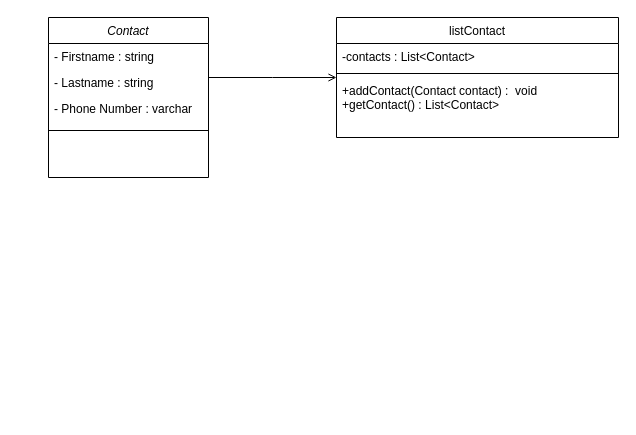
Earlier version of the draw.io diagram docs/diagrammeDeClasse.drawio (Jonathan-jony/On-la). Source tidied: cells renumbered, new cells numbered last; positions are measured from the earlier drawing's top-left corner, leaving out a move shared by most shapes. Both pictures are drawn from the tidied source at 100%, with x=0, y=0 at pixel (48, 17).
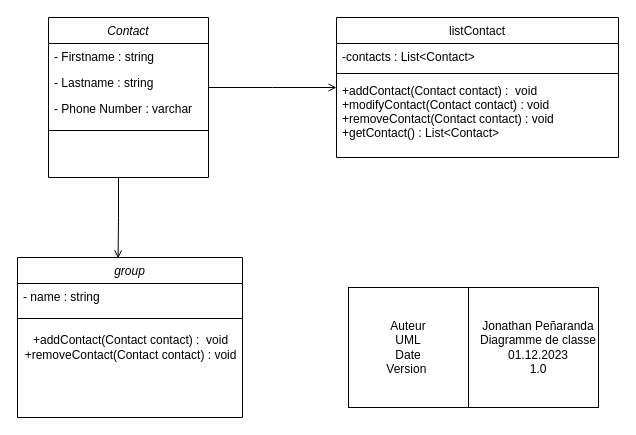
The same page after the edit.

Commit message (it also covers changes not shown here):
add UML pdf

The edit, as a diff of the source:
```diff
@@
     <mxCell id="7" value="listContact" style="swimlane;fontStyle=0;align=center;verticalAlign=top;horizontal=1;startSize=26;rounded=0;shadow=0;strokeWidth=1;" parent="1" vertex="1">
-      <mxGeometry x="288" width="282" height="120" as="geometry" />
+      <mxGeometry x="288" width="282" height="140" as="geometry" />
     </mxCell>
@@
-    <mxCell id="10" value="+addContact(Contact contact) :  void&#10;+getContact() : List&lt;Contact&gt;" style="text;align=left;verticalAlign=top;spacingLeft=4;spacingRight=4;overflow=hidden;" parent="7" vertex="1">
-      <mxGeometry y="60" width="282" height="30" as="geometry" />
+    <mxCell id="10" value="+addContact(Contact contact) :  void&#10;+modifyContact(Contact contact) : void&#10;+removeContact(Contact contact) : void&#10;+getContact() : List&lt;Contact&gt;" style="text;align=left;verticalAlign=top;spacingLeft=4;spacingRight=4;overflow=hidden;" parent="7" vertex="1">
+      <mxGeometry y="60" width="282" height="80" as="geometry" />
     </mxCell>
@@
+    <mxCell id="12" value="group" style="swimlane;fontStyle=2;align=center;verticalAlign=top;horizontal=1;startSize=26;rounded=0;shadow=0;strokeWidth=1;" parent="1" vertex="1">
+      <mxGeometry x="-31" y="240" width="225" height="160" as="geometry" />
+    </mxCell>
+    <mxCell id="13" value="- name : string" style="text;align=left;verticalAlign=top;spacingLeft=4;spacingRight=4;overflow=hidden;" parent="12" vertex="1">
+      <mxGeometry y="26" width="225" height="26" as="geometry" />
+    </mxCell>
+    <mxCell id="14" style="line;html=1;strokeWidth=1;align=left;verticalAlign=middle;spacingTop=-1;spacingLeft=3;spacingRight=3;labelPosition=right;" parent="12" vertex="1">
+      <mxGeometry y="52" width="225" height="18" as="geometry" />
+    </mxCell>
+    <mxCell id="15" value="+addContact(Contact contact) :&amp;nbsp; void&lt;br&gt;+removeContact(Contact contact) : void" style="text;html=1;align=center;verticalAlign=middle;strokeColor=none;fillColor=none;" parent="12" vertex="1">
+      <mxGeometry y="70" width="225" height="40" as="geometry" />
+    </mxCell>
+    <mxCell id="16" style="endArrow=open;shadow=0;strokeWidth=1;rounded=0;endFill=1;edgeStyle=elbowEdgeStyle;elbow=vertical;entryX=0.447;entryY=0.005;entryDx=0;entryDy=0;entryPerimeter=0;" parent="1" edge="1" target="12">
+      <mxGeometry x="0.5" y="41" relative="1" as="geometry">
+        <mxPoint x="70" y="160" as="sourcePoint" />
+        <mxPoint x="-40" y="32" as="offset" />
+      </mxGeometry>
+    </mxCell>
+    <mxCell id="17" value="&lt;div style=&quot;&quot;&gt;&lt;br&gt;&lt;/div&gt;" style="rounded=0;whiteSpace=wrap;html=1;labelPosition=center;verticalLabelPosition=middle;align=center;verticalAlign=middle;" parent="1" vertex="1">
+      <mxGeometry x="300" y="270" width="250" height="120" as="geometry" />
+    </mxCell>
+    <mxCell id="18" value="Jonathan Peñaranda&lt;br&gt;Diagramme de classe&lt;br&gt;01.12.2023&lt;br&gt;1.0" style="text;html=1;strokeColor=none;fillColor=none;align=center;verticalAlign=middle;whiteSpace=wrap;rounded=0;" parent="1" vertex="1">
+      <mxGeometry x="430" y="270" width="120" height="120" as="geometry" />
+    </mxCell>
+    <mxCell id="19" value="Auteur&lt;br&gt;UML&lt;br&gt;Date&lt;br&gt;Version&amp;nbsp;" style="text;html=1;strokeColor=none;fillColor=none;align=center;verticalAlign=middle;whiteSpace=wrap;rounded=0;" parent="1" vertex="1">
+      <mxGeometry x="300" y="270" width="120" height="120" as="geometry" />
+    </mxCell>
+    <mxCell id="20" style="endArrow=none;html=1;rounded=0;entryX=1;entryY=0;entryDx=0;entryDy=0;exitX=1;exitY=1;exitDx=0;exitDy=0;" parent="1" edge="1" source="19" target="19">
+      <mxGeometry relative="1" as="geometry" />
+    </mxCell>
```
